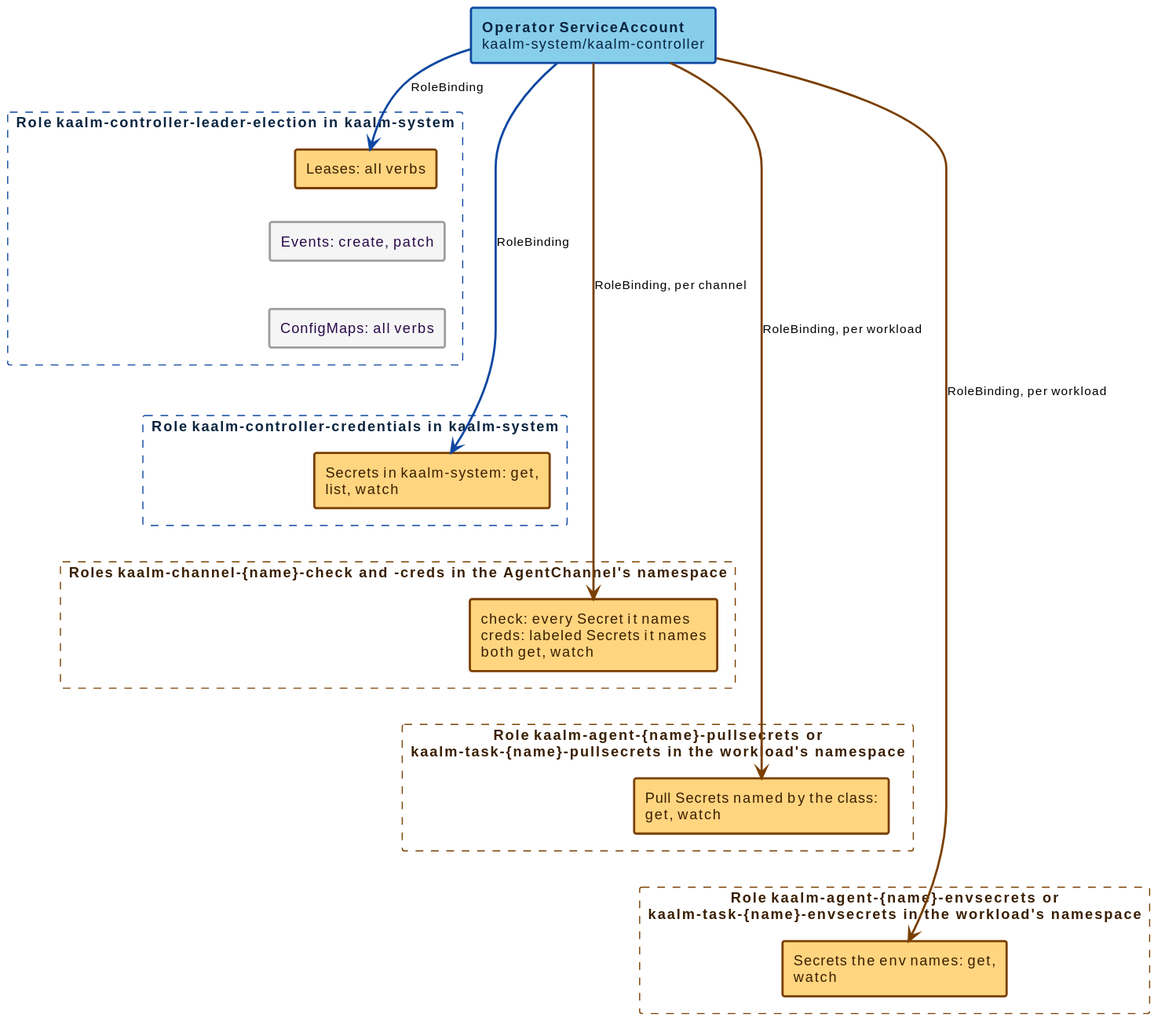
Earlier version of the PlantUML export docs/src/diagrams/operator-rbac-namespaced.svg (win07xp/kaalm).
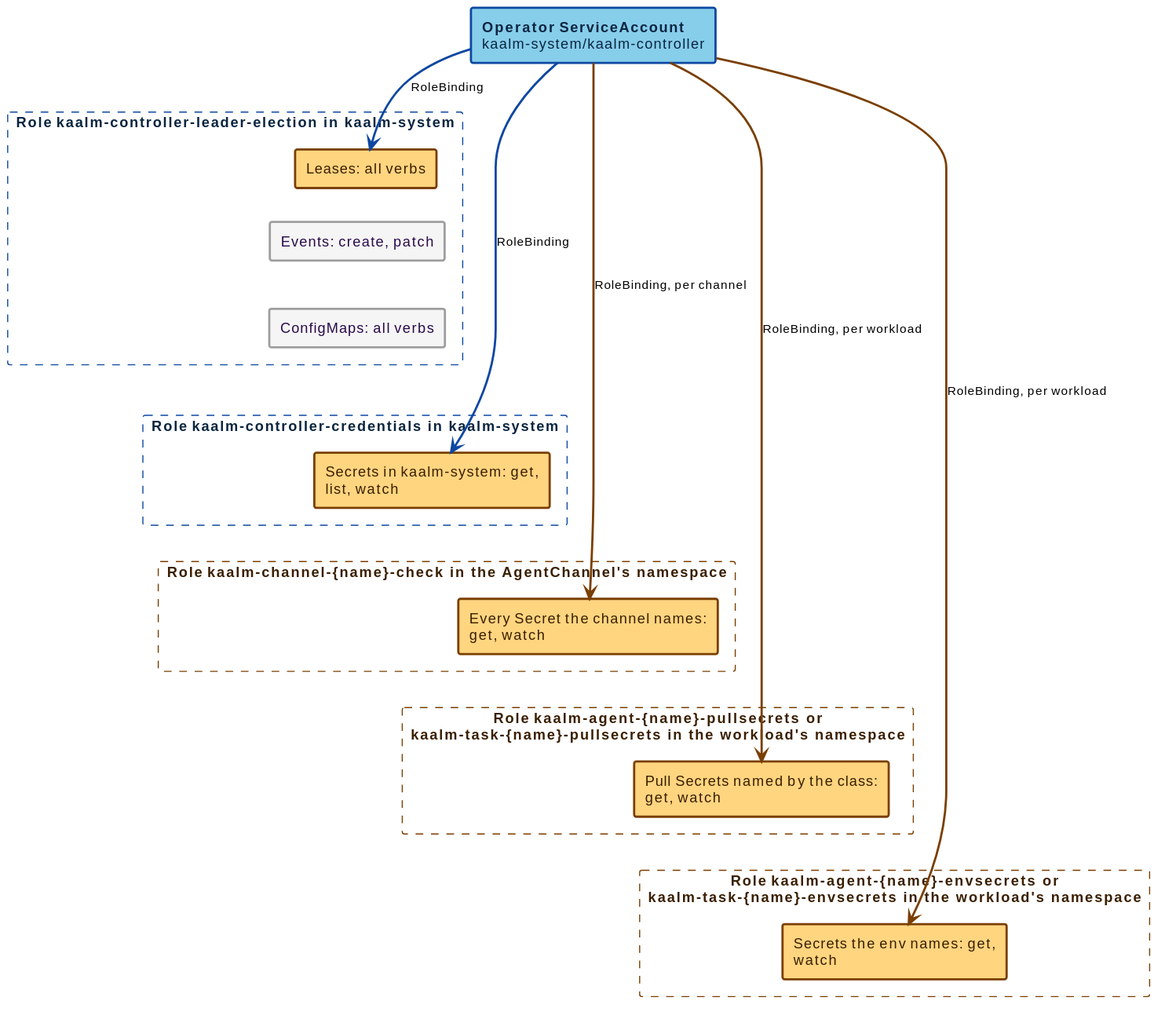
Above is the later version.

Commit message:
docs: bind the channel credential Role to the gateway only

The edit, as a diff of the source:
```diff
@@ -14,8 +14,8 @@
 rectangle "**Role** kaalm-controller-credentials in kaalm-system" as nscred #line:0D47A1;line.dashed;text:0a2540 {
   rectangle "Secrets in kaalm-system: get, list, watch" as syssec #back:FFD580;line:7a3f00;line.bold;text:3a1f00
 }
-rectangle "**Roles** kaalm-channel-{name}-check and -creds in the AgentChannel's namespace" as nsuser #line:7a3f00;line.dashed;text:3a1f00 {
-  rectangle "check: every Secret it names\ncreds: labeled Secrets it names\nboth get, watch" as chsec #back:FFD580;line:7a3f00;line.bold;text:3a1f00
+rectangle "**Role** kaalm-channel-{name}-check in the AgentChannel's namespace" as nsuser #line:7a3f00;line.dashed;text:3a1f00 {
+  rectangle "Every Secret the channel names: get, watch" as chsec #back:FFD580;line:7a3f00;line.bold;text:3a1f00
 }
 rectangle "**Role** kaalm-agent-{name}-pullsecrets or\nkaalm-task-{name}-pullsecrets in the workload's namespace" as nspull #line:7a3f00;line.dashed;text:3a1f00 {
   rectangle "Pull Secrets named by the class: get, watch" as pullsec #back:FFD580;line:7a3f00;line.bold;text:3a1f00
```
